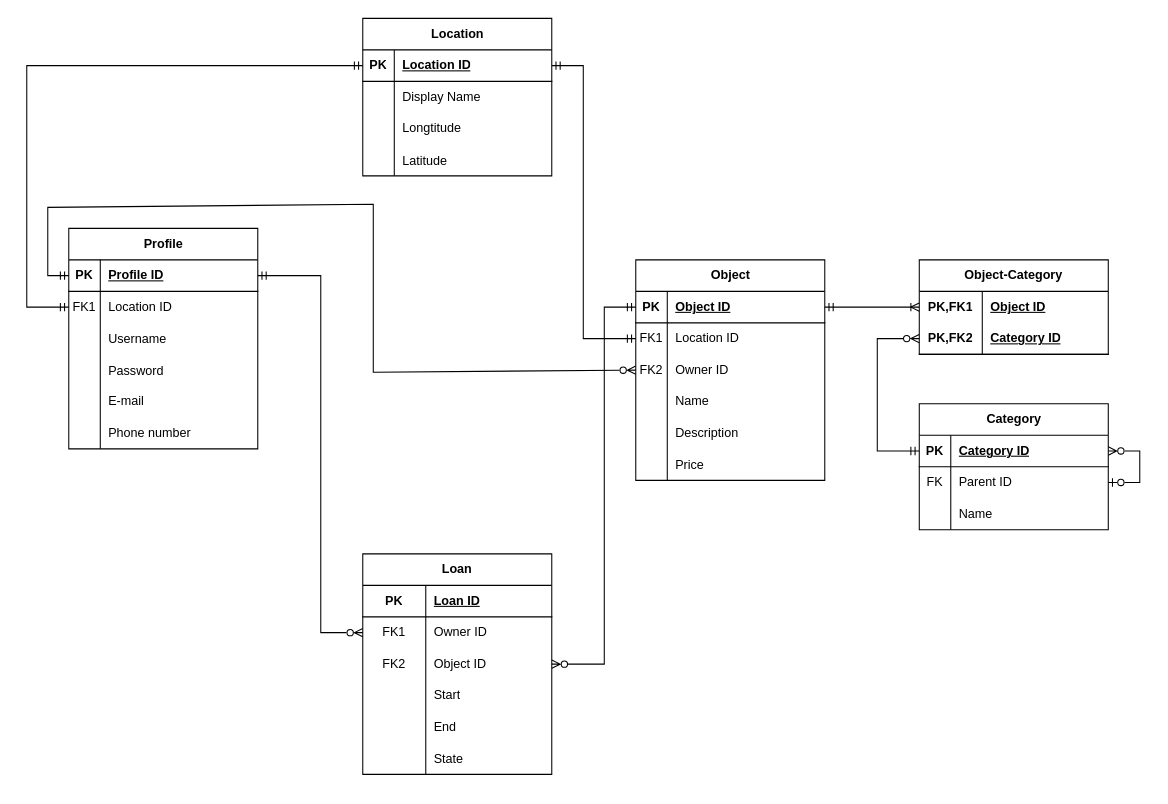
Earlier version of the draw.io diagram page "Logisch Model" (3 of 3) of analysis/Modellen.drawio (UCLL-Full-stack/project2425-group1-16). Source tidied: cells renumbered, new cells numbered last; positions are measured from the earlier drawing's top-left corner, leaving out a move shared by most shapes. Both pictures are drawn from the tidied source at 105%, with x=0, y=0 at pixel (26, 18).
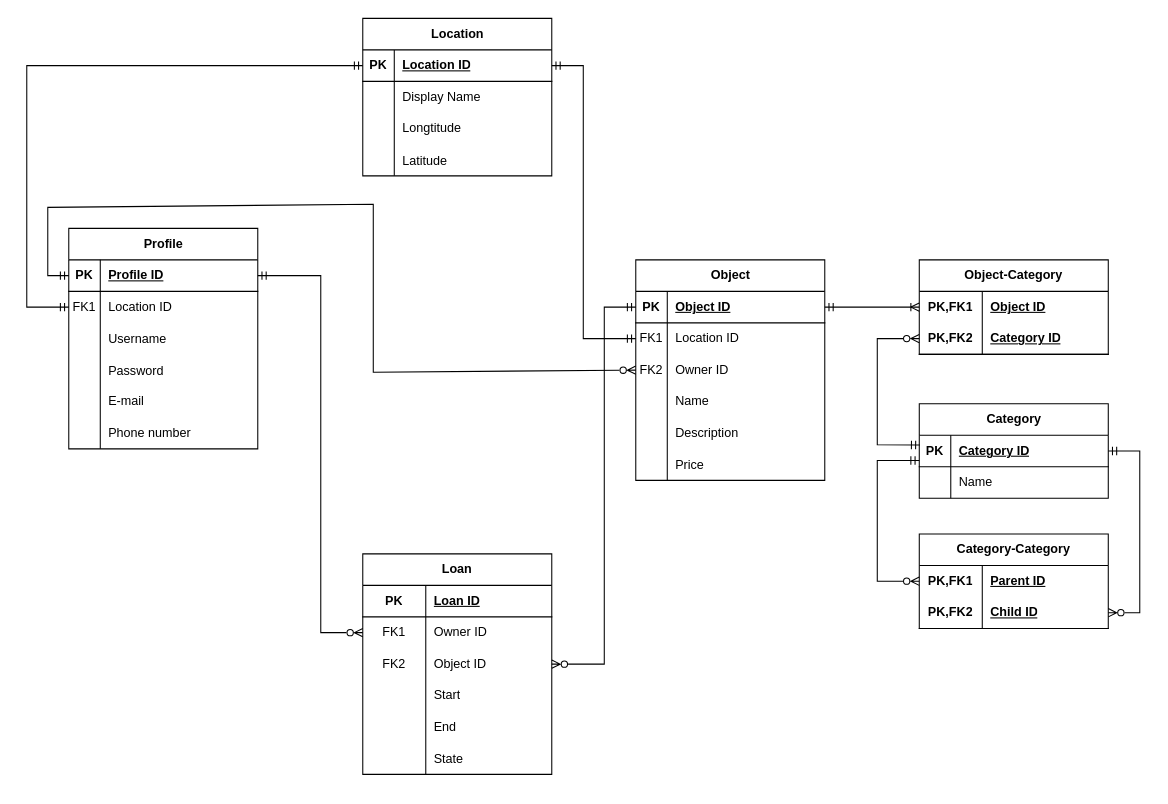
Above is the later version.

Unchanged cells that the change refers to:
```xml
<mxCell id="78" style="shape=tableRow;horizontal=0;startSize=0;swimlaneHead=0;swimlaneBody=0;fillColor=none;points=[[0,0.5],[1,0.5]];portConstraint=eastwest;top=0;left=0;right=0;bottom=1;" parent="77" vertex="1">
  <mxGeometry y="30" width="180" height="30" as="geometry" />
</mxCell>
<mxCell id="92" style="shape=tableRow;horizontal=0;startSize=0;swimlaneHead=0;swimlaneBody=0;fillColor=none;points=[[0,0.5],[1,0.5]];portConstraint=eastwest;top=0;left=0;right=0;bottom=1;html=1;" parent="88" vertex="1">
  <mxGeometry y="60" width="180" height="30" as="geometry" />
</mxCell>
```

What changed in the source:
```diff
@@
     <mxCell id="77" value="Category" style="shape=table;startSize=30;childLayout=tableLayout;rowLines=0;fontStyle=1;align=center;html=1;" parent="1" vertex="1">
-      <mxGeometry x="850" y="367" width="180" height="120" as="geometry" />
+      <mxGeometry x="850" y="367" width="180" height="90" as="geometry" />
     </mxCell>
@@
-    <mxCell id="81" style="shape=tableRow;horizontal=0;startSize=0;swimlaneHead=0;swimlaneBody=0;fillColor=none;points=[[0,0.5],[1,0.5]];portConstraint=eastwest;top=0;left=0;right=0;bottom=0;" parent="77" vertex="1">
-      <mxGeometry y="60" width="180" height="30" as="geometry" />
-    </mxCell>
-    <mxCell id="82" value="FK" style="shape=partialRectangle;fillColor=none;top=0;left=0;bottom=0;right=0;fontStyle=0;overflow=hidden;whiteSpace=wrap;html=1;" parent="81" vertex="1">
-      <mxGeometry width="30" height="30" as="geometry" />
-    </mxCell>
-    <mxCell id="83" value="Parent ID" style="shape=partialRectangle;fillColor=none;top=0;left=0;bottom=0;right=0;align=left;spacingLeft=6;fontStyle=0;overflow=hidden;whiteSpace=wrap;html=1;" parent="81" vertex="1">
-      <mxGeometry x="30" width="150" height="30" as="geometry" />
-    </mxCell>
     <mxCell id="84" style="shape=tableRow;horizontal=0;startSize=0;swimlaneHead=0;swimlaneBody=0;fillColor=none;top=0;left=0;right=0;bottom=0;" parent="77" vertex="1">
-      <mxGeometry y="90" width="180" height="30" as="geometry" />
+      <mxGeometry y="60" width="180" height="30" as="geometry" />
     </mxCell>
@@
-    <mxCell id="87" style="endArrow=ERzeroToMany;html=1;rounded=0;exitX=1;exitY=0.5;exitDx=0;exitDy=0;entryX=1;entryY=0.5;entryDx=0;entryDy=0;startArrow=ERzeroToOne;startFill=0;endFill=0;" parent="77" edge="1" source="81" target="78">
-      <mxGeometry relative="1" as="geometry">
-        <Array as="points">
-          <mxPoint x="210" y="75" />
-          <mxPoint x="210" y="45" />
-        </Array>
-      </mxGeometry>
-    </mxCell>
@@
-    <mxCell id="96" style="endArrow=ERmandOne;html=1;rounded=0;entryX=0;entryY=0.5;entryDx=0;entryDy=0;exitX=0;exitY=0.5;exitDx=0;exitDy=0;startArrow=ERzeroToMany;startFill=0;endFill=0;" parent="1" edge="1" source="92" target="78">
+    <mxCell id="96" style="endArrow=ERmandOne;html=1;rounded=0;entryX=0.003;entryY=0.313;entryDx=0;entryDy=0;exitX=0;exitY=0.5;exitDx=0;exitDy=0;startArrow=ERzeroToMany;startFill=0;endFill=0;entryPerimeter=0;" parent="1" edge="1" source="92" target="78">
       <mxGeometry relative="1" as="geometry">
         <Array as="points">
           <mxPoint x="810" y="305" />
-          <mxPoint x="810" y="412" />
+          <mxPoint x="810" y="406" />
         </Array>
       </mxGeometry>
     </mxCell>
@@
+    <mxCell id="99" value="Category-Category" style="shape=table;startSize=30;childLayout=tableLayout;rowLines=0;fontStyle=1;align=center;html=1;whiteSpace=wrap;" parent="1" vertex="1">
+      <mxGeometry x="850" y="491" width="180" height="90" as="geometry" />
+    </mxCell>
+    <mxCell id="100" style="shape=tableRow;horizontal=0;startSize=0;swimlaneHead=0;swimlaneBody=0;fillColor=none;points=[[0,0.5],[1,0.5]];portConstraint=eastwest;top=0;left=0;right=0;bottom=0;html=1;" parent="99" vertex="1">
+      <mxGeometry y="30" width="180" height="30" as="geometry" />
+    </mxCell>
+    <mxCell id="101" value="PK,FK1" style="shape=partialRectangle;fillColor=none;top=0;left=0;bottom=0;right=0;fontStyle=1;overflow=hidden;html=1;whiteSpace=wrap;" parent="100" vertex="1">
+      <mxGeometry width="60" height="30" as="geometry" />
+    </mxCell>
+    <mxCell id="83" value="Parent ID" style="shape=partialRectangle;fillColor=none;top=0;left=0;bottom=0;right=0;align=left;spacingLeft=6;fontStyle=5;overflow=hidden;html=1;whiteSpace=wrap;" parent="100" vertex="1">
+      <mxGeometry x="60" width="120" height="30" as="geometry" />
+    </mxCell>
+    <mxCell id="102" style="shape=tableRow;horizontal=0;startSize=0;swimlaneHead=0;swimlaneBody=0;fillColor=none;points=[[0,0.5],[1,0.5]];portConstraint=eastwest;top=0;left=0;right=0;bottom=1;html=1;" parent="99" vertex="1">
+      <mxGeometry y="60" width="180" height="30" as="geometry" />
+    </mxCell>
+    <mxCell id="103" value="PK,FK2" style="shape=partialRectangle;fillColor=none;top=0;left=0;bottom=0;right=0;fontStyle=1;overflow=hidden;html=1;whiteSpace=wrap;" parent="102" vertex="1">
+      <mxGeometry width="60" height="30" as="geometry" />
+    </mxCell>
+    <mxCell id="104" value="Child ID" style="shape=partialRectangle;fillColor=none;top=0;left=0;bottom=0;right=0;align=left;spacingLeft=6;fontStyle=5;overflow=hidden;html=1;whiteSpace=wrap;" parent="102" vertex="1">
+      <mxGeometry x="60" width="120" height="30" as="geometry" />
+    </mxCell>
+    <mxCell id="105" style="endArrow=ERmandOne;html=1;rounded=0;exitX=0;exitY=0.5;exitDx=0;exitDy=0;startArrow=ERzeroToMany;startFill=0;endFill=0;entryX=0;entryY=0.804;entryDx=0;entryDy=0;entryPerimeter=0;" parent="1" edge="1" source="100" target="78">
+      <mxGeometry relative="1" as="geometry">
+        <Array as="points">
+          <mxPoint x="810" y="536" />
+          <mxPoint x="810" y="421" />
+        </Array>
+      </mxGeometry>
+    </mxCell>
+    <mxCell id="106" style="endArrow=ERmandOne;html=1;rounded=0;exitX=1;exitY=0.5;exitDx=0;exitDy=0;startArrow=ERzeroToMany;startFill=0;endFill=0;entryX=1;entryY=0.5;entryDx=0;entryDy=0;" parent="1" edge="1" source="102" target="78">
+      <mxGeometry relative="1" as="geometry">
+        <Array as="points">
+          <mxPoint x="1060" y="566" />
+          <mxPoint x="1060" y="412" />
+        </Array>
+      </mxGeometry>
+    </mxCell>
```
